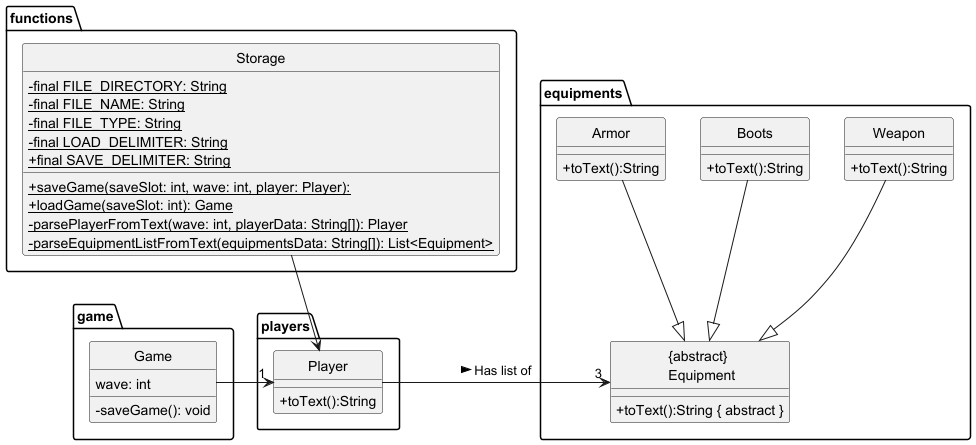
TiangSoonYong/tp keeps this PlantUML diagram as docs/uml_image/StorageClassDiagram.png. Above is the earlier version.
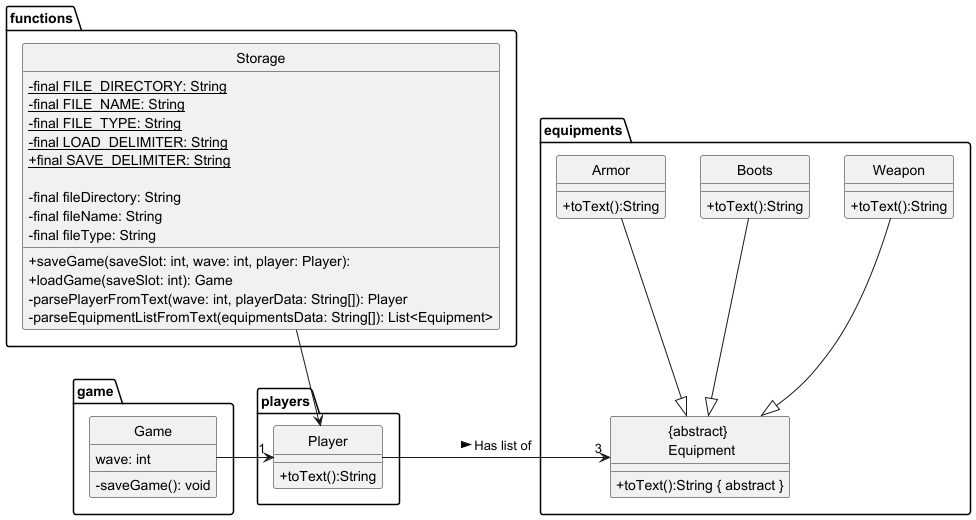
Later version of the same file.

Change to the diagram source:
```diff
@@ -10,10 +10,14 @@
         -{static} final LOAD_DELIMITER: String
         +{static} final SAVE_DELIMITER: String
 
-        +{static}saveGame(saveSlot: int, wave: int, player: Player):
-        +{static}loadGame(saveSlot: int): Game
-        -{static}parsePlayerFromText(wave: int, playerData: String[]): Player
-        -{static}parseEquipmentListFromText(equipmentsData: String[]): List<Equipment>
+        - final fileDirectory: String
+        - final fileName: String
+        - final fileType: String
+
+        +saveGame(saveSlot: int, wave: int, player: Player):
+        +loadGame(saveSlot: int): Game
+        -parsePlayerFromText(wave: int, playerData: String[]): Player
+        -parseEquipmentListFromText(equipmentsData: String[]): List<Equipment>
     }
 }
 package players {
```
